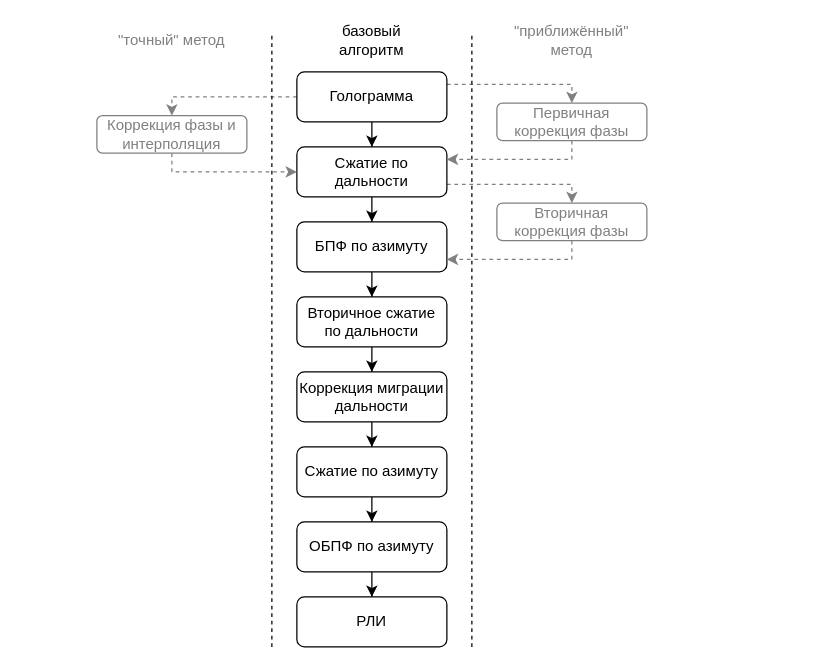
Before: images/RDA.drawio in A1rsenij/sar-model, a draw.io diagram. Source tidied: cells renumbered, new cells numbered last; positions are measured from the earlier drawing's top-left corner, leaving out a move shared by most shapes. Both pictures are drawn from the tidied source at 125%, with x=0, y=0 at pixel (96, 21).
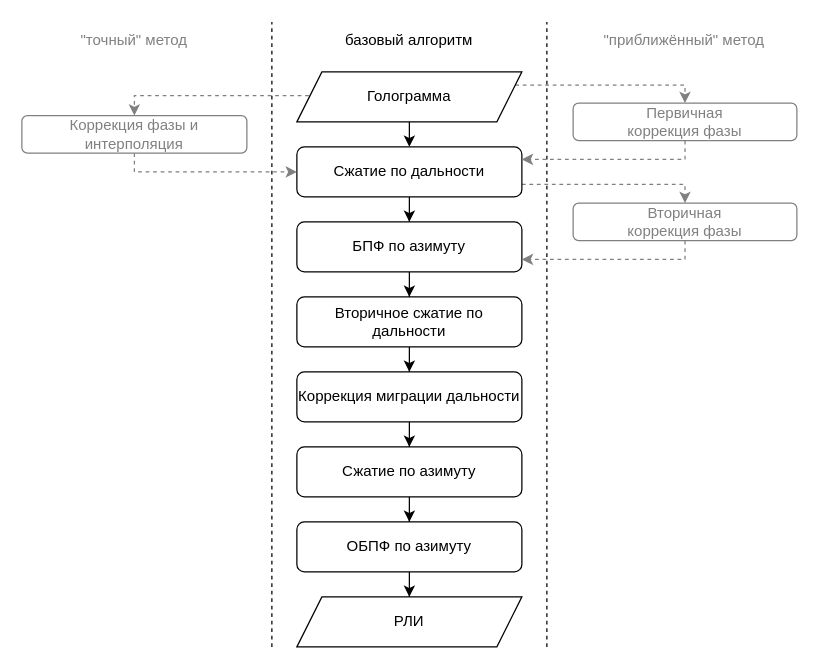
After the change.

Change to the diagram source:
```diff
@@
-    <mxCell id="2" style="edgeStyle=orthogonalEdgeStyle;rounded=0;jettySize=auto;fontFamily=JetBrains Mono;fontSize=12;" parent="1" edge="1" source="5" target="8">
-      <mxGeometry relative="1" as="geometry" />
-    </mxCell>
-    <mxCell id="3" style="edgeStyle=orthogonalEdgeStyle;rounded=0;jettySize=auto;exitX=0;exitY=0.5;exitDx=0;exitDy=0;entryX=0.5;entryY=0;entryDx=0;entryDy=0;strokeColor=#808080;fontFamily=JetBrains Mono;fontSize=12;dashed=1;" parent="1" edge="1" source="5" target="26">
+    <mxCell id="3" style="edgeStyle=orthogonalEdgeStyle;rounded=0;jettySize=auto;exitX=0;exitY=0.25;exitDx=0;exitDy=0;entryX=0.5;entryY=0;entryDx=0;entryDy=0;strokeColor=#808080;fontFamily=JetBrains Mono;fontSize=12;dashed=1;" parent="1" edge="1" source="5" target="26">
       <mxGeometry relative="1" as="geometry">
         <Array as="points">
-          <mxPoint x="60" y="60" />
+          <mxPoint x="174" y="59" />
+          <mxPoint x="30" y="59" />
         </Array>
       </mxGeometry>
     </mxCell>
-    <mxCell id="4" style="edgeStyle=orthogonalEdgeStyle;rounded=0;jettySize=auto;exitX=1;exitY=0.25;exitDx=0;exitDy=0;entryX=0.5;entryY=0;entryDx=0;entryDy=0;strokeColor=light-dark(#808080, #ededed);fontFamily=JetBrains Mono;fontSize=12;dashed=1;" parent="1" edge="1" source="5" target="28">
+    <mxCell id="4" style="edgeStyle=orthogonalEdgeStyle;rounded=0;jettySize=auto;entryX=0.5;entryY=0;entryDx=0;entryDy=0;strokeColor=light-dark(#808080, #ededed);fontFamily=JetBrains Mono;fontSize=12;dashed=1;exitX=1;exitY=0.25;exitDx=0;exitDy=0;" parent="1" edge="1" source="5" target="28">
       <mxGeometry relative="1" as="geometry">
         <Array as="points">
-          <mxPoint x="380" y="50" />
+          <mxPoint x="470" y="51" />
+          <mxPoint x="470" y="65" />
         </Array>
       </mxGeometry>
     </mxCell>
-    <mxCell id="5" value="Голограмма" style="rounded=1;fontSize=12;glass=0;strokeWidth=1;shadow=0;fontFamily=JetBrains Mono;whiteSpace=wrap;" parent="1" vertex="1">
-      <mxGeometry x="160" y="40" width="120" height="40" as="geometry" />
-    </mxCell>
@@
     <mxCell id="7" style="edgeStyle=orthogonalEdgeStyle;rounded=0;jettySize=auto;exitX=1;exitY=0.75;exitDx=0;exitDy=0;entryX=0.5;entryY=0;entryDx=0;entryDy=0;strokeColor=light-dark(#808080, #ededed);fontFamily=JetBrains Mono;fontSize=12;dashed=1;" parent="1" edge="1" source="8" target="30">
       <mxGeometry relative="1" as="geometry">
         <Array as="points">
-          <mxPoint x="380" y="130" />
+          <mxPoint x="470" y="130" />
+          <mxPoint x="470" y="145" />
         </Array>
       </mxGeometry>
     </mxCell>
     <mxCell id="8" value="Сжатие по дальности" style="rounded=1;glass=0;strokeWidth=1;shadow=0;fontFamily=JetBrains Mono;fontSize=12;whiteSpace=wrap;" parent="1" vertex="1">
-      <mxGeometry x="160" y="100" width="120" height="40" as="geometry" />
+      <mxGeometry x="160" y="100" width="180" height="40" as="geometry" />
     </mxCell>
@@
     <mxCell id="10" value="БПФ по азимуту" style="rounded=1;glass=0;strokeWidth=1;shadow=0;fontFamily=JetBrains Mono;fontSize=12;whiteSpace=wrap;" parent="1" vertex="1">
-      <mxGeometry x="160" y="160" width="120" height="40" as="geometry" />
+      <mxGeometry x="160" y="160" width="180" height="40" as="geometry" />
     </mxCell>
@@
     <mxCell id="12" value="Вторичное сжатие по дальности" style="rounded=1;glass=0;strokeWidth=1;shadow=0;fontFamily=JetBrains Mono;fontSize=12;whiteSpace=wrap;" parent="1" vertex="1">
-      <mxGeometry x="160" y="220" width="120" height="40" as="geometry" />
+      <mxGeometry x="160" y="220" width="180" height="40" as="geometry" />
     </mxCell>
@@
     <mxCell id="14" value="Коррекция миграции дальности" style="rounded=1;glass=0;strokeWidth=1;shadow=0;fontFamily=JetBrains Mono;fontSize=12;whiteSpace=wrap;" parent="1" vertex="1">
-      <mxGeometry x="160" y="280" width="120" height="40" as="geometry" />
+      <mxGeometry x="160" y="280" width="180" height="40" as="geometry" />
     </mxCell>
@@
     <mxCell id="16" value="Сжатие по азимуту" style="rounded=1;glass=0;strokeWidth=1;shadow=0;fontFamily=JetBrains Mono;fontSize=12;whiteSpace=wrap;" parent="1" vertex="1">
-      <mxGeometry x="160" y="340" width="120" height="40" as="geometry" />
+      <mxGeometry x="160" y="340" width="180" height="40" as="geometry" />
     </mxCell>
-    <mxCell id="17" style="edgeStyle=orthogonalEdgeStyle;rounded=0;jettySize=auto;fontFamily=JetBrains Mono;fontSize=12;" parent="1" edge="1" source="18" target="19">
+    <mxCell id="17" style="edgeStyle=orthogonalEdgeStyle;rounded=0;jettySize=auto;fontFamily=JetBrains Mono;fontSize=12;entryX=0.5;entryY=0;entryDx=0;entryDy=0;" parent="1" edge="1" source="18" target="19">
       <mxGeometry relative="1" as="geometry" />
     </mxCell>
     <mxCell id="18" value="ОБПФ по азимуту" style="rounded=1;glass=0;strokeWidth=1;shadow=0;fontFamily=JetBrains Mono;fontSize=12;whiteSpace=wrap;" parent="1" vertex="1">
-      <mxGeometry x="160" y="400" width="120" height="40" as="geometry" />
+      <mxGeometry x="160" y="400" width="180" height="40" as="geometry" />
     </mxCell>
-    <mxCell id="19" value="РЛИ" style="rounded=1;glass=0;strokeWidth=1;shadow=0;fontFamily=JetBrains Mono;fontSize=12;whiteSpace=wrap;" parent="1" vertex="1">
-      <mxGeometry x="160" y="460" width="120" height="40" as="geometry" />
-    </mxCell>
     <mxCell id="20" style="endArrow=none;dashed=1;rounded=0;fontFamily=JetBrains Mono;fontSize=12;" parent="1" edge="1">
       <mxGeometry relative="1" as="geometry">
         <mxPoint x="140" y="500" as="sourcePoint" />
-        <mxPoint x="140" y="10" as="targetPoint" />
+        <mxPoint x="140" as="targetPoint" />
       </mxGeometry>
     </mxCell>
     <mxCell id="21" style="endArrow=none;dashed=1;rounded=0;fontFamily=JetBrains Mono;fontSize=12;" parent="1" edge="1">
       <mxGeometry relative="1" as="geometry">
-        <mxPoint x="300" y="500" as="sourcePoint" />
-        <mxPoint x="300" y="10" as="targetPoint" />
+        <mxPoint x="360" y="500" as="sourcePoint" />
+        <mxPoint x="360" as="targetPoint" />
       </mxGeometry>
     </mxCell>
     <mxCell id="22" value="&quot;точный&quot; метод" style="text;align=center;verticalAlign=middle;rounded=0;fontFamily=JetBrains Mono;fontSize=12;fontColor=light-dark(#808080, #ededed);whiteSpace=wrap;" parent="1" vertex="1">
-      <mxGeometry x="10" width="100" height="30" as="geometry" />
+      <mxGeometry x="-60" width="180" height="30" as="geometry" />
     </mxCell>
     <mxCell id="23" value="базовый алгоритм" style="text;align=center;verticalAlign=middle;rounded=0;fontFamily=JetBrains Mono;fontSize=12;whiteSpace=wrap;" parent="1" vertex="1">
-      <mxGeometry x="170" width="100" height="30" as="geometry" />
+      <mxGeometry x="160" width="180" height="30" as="geometry" />
     </mxCell>
     <mxCell id="24" value="&quot;приближённый&quot; метод" style="text;align=center;verticalAlign=middle;rounded=0;fontFamily=JetBrains Mono;fontSize=12;fontColor=light-dark(#808080, #ededed);whiteSpace=wrap;" parent="1" vertex="1">
-      <mxGeometry x="315" width="130" height="30" as="geometry" />
+      <mxGeometry x="380" width="180" height="30" as="geometry" />
     </mxCell>
     <mxCell id="25" style="edgeStyle=orthogonalEdgeStyle;rounded=0;jettySize=auto;exitX=0.5;exitY=1;exitDx=0;exitDy=0;entryX=0;entryY=0.5;entryDx=0;entryDy=0;strokeColor=#808080;fontFamily=JetBrains Mono;fontSize=12;dashed=1;" parent="1" edge="1" source="26" target="8">
       <mxGeometry relative="1" as="geometry">
         <Array as="points">
-          <mxPoint x="60" y="120" />
+          <mxPoint x="30" y="120" />
         </Array>
       </mxGeometry>
     </mxCell>
     <mxCell id="26" value="Коррекция фазы и интерполяция" style="rounded=1;fontSize=12;glass=0;strokeWidth=1;shadow=0;fontFamily=JetBrains Mono;strokeColor=light-dark(#808080, #535353);fontColor=#808080;whiteSpace=wrap;" parent="1" vertex="1">
-      <mxGeometry y="75" width="120" height="30" as="geometry" />
+      <mxGeometry x="-60" y="75" width="180" height="30" as="geometry" />
     </mxCell>
     <mxCell id="27" style="edgeStyle=orthogonalEdgeStyle;rounded=0;jettySize=auto;exitX=0.5;exitY=1;exitDx=0;exitDy=0;entryX=1;entryY=0.25;entryDx=0;entryDy=0;strokeColor=light-dark(#808080, #ededed);fontFamily=JetBrains Mono;fontSize=12;dashed=1;" parent="1" edge="1" source="28" target="8">
       <mxGeometry relative="1" as="geometry">
         <Array as="points">
-          <mxPoint x="380" y="110" />
+          <mxPoint x="471" y="110" />
         </Array>
       </mxGeometry>
     </mxCell>
     <mxCell id="28" value="Первичная&#10;коррекция фазы" style="rounded=1;fontSize=12;glass=0;strokeWidth=1;shadow=0;fontFamily=JetBrains Mono;strokeColor=light-dark(#808080, #535353);fontColor=#808080;whiteSpace=wrap;" parent="1" vertex="1">
-      <mxGeometry x="320" y="65" width="120" height="30" as="geometry" />
+      <mxGeometry x="381" y="65" width="179" height="30" as="geometry" />
     </mxCell>
     <mxCell id="29" style="edgeStyle=orthogonalEdgeStyle;rounded=0;jettySize=auto;exitX=0.5;exitY=1;exitDx=0;exitDy=0;entryX=1;entryY=0.75;entryDx=0;entryDy=0;strokeColor=light-dark(#808080, #ededed);fontFamily=JetBrains Mono;fontSize=12;dashed=1;" parent="1" edge="1" source="30" target="10">
       <mxGeometry relative="1" as="geometry">
         <Array as="points">
-          <mxPoint x="380" y="190" />
+          <mxPoint x="471" y="190" />
         </Array>
       </mxGeometry>
     </mxCell>
     <mxCell id="30" value="Вторичная&#10;коррекция фазы" style="rounded=1;fontSize=12;glass=0;strokeWidth=1;shadow=0;fontFamily=JetBrains Mono;strokeColor=light-dark(#808080, #535353);fontColor=#808080;whiteSpace=wrap;" parent="1" vertex="1">
-      <mxGeometry x="320" y="145" width="120" height="30" as="geometry" />
+      <mxGeometry x="381" y="145" width="179" height="30" as="geometry" />
     </mxCell>
+    <mxCell id="2" style="edgeStyle=orthogonalEdgeStyle;rounded=0;jettySize=auto;html=1;exitX=0.5;exitY=1;exitDx=0;exitDy=0;entryX=0.5;entryY=0;entryDx=0;entryDy=0;fontSize=12;fontFamily=JetBrains Mono;" parent="1" edge="1" source="5" target="8">
+      <mxGeometry relative="1" as="geometry" />
+    </mxCell>
+    <mxCell id="5" value="Голограмма" style="shape=parallelogram;perimeter=parallelogramPerimeter;whiteSpace=wrap;html=1;fixedSize=1;fontFamily=JetBrains Mono;fontSize=12;" parent="1" vertex="1">
+      <mxGeometry x="160" y="40" width="180" height="40" as="geometry" />
+    </mxCell>
+    <mxCell id="19" value="РЛИ" style="shape=parallelogram;perimeter=parallelogramPerimeter;whiteSpace=wrap;html=1;fixedSize=1;fontFamily=JetBrains Mono;fontSize=12;" parent="1" vertex="1">
+      <mxGeometry x="160" y="460" width="180" height="40" as="geometry" />
+    </mxCell>
```
